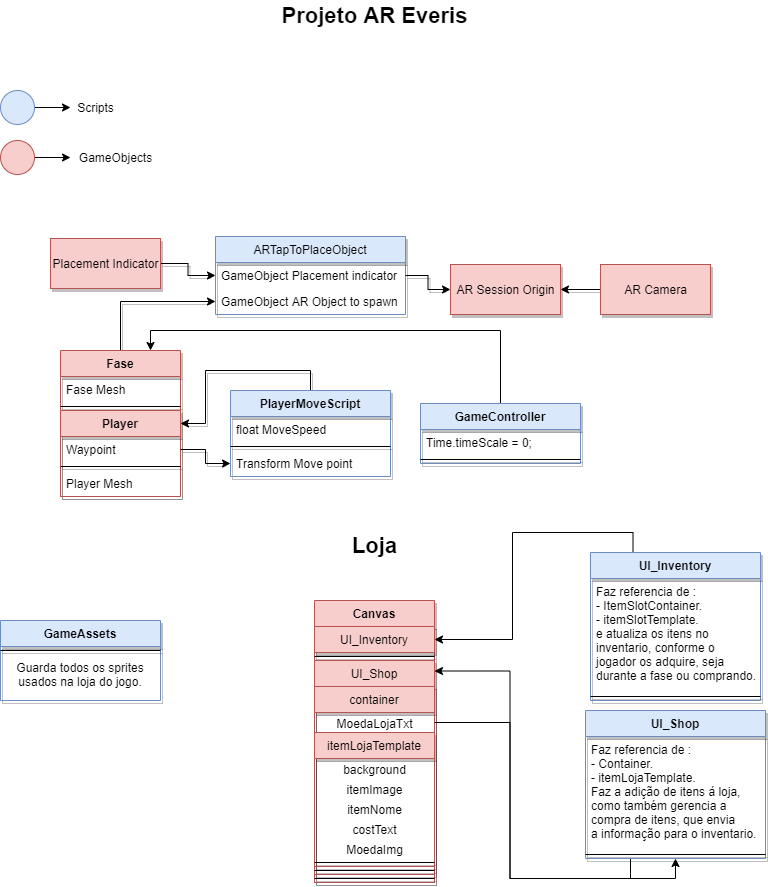
Earlier version of the draw.io export Projeto_AR.drawio.png (machaulay/Fluxograma_ProjetoAR). Source tidied: cells renumbered, new cells last; positions are measured from the earlier drawing's top-left corner, leaving out a move shared by most shapes.
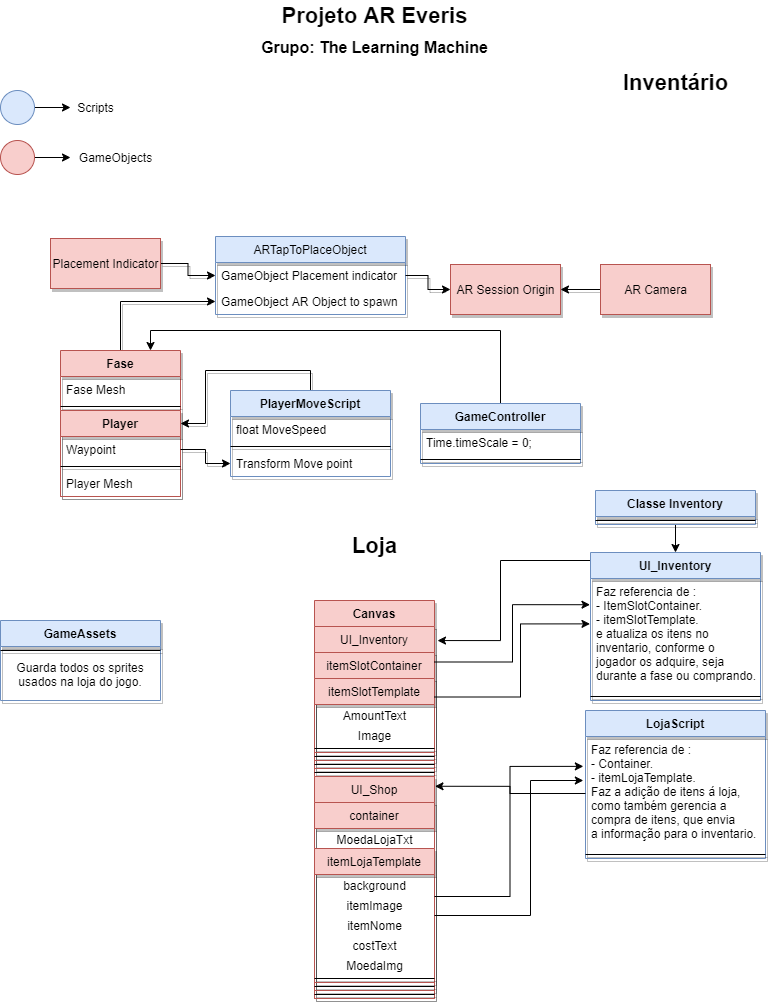
Above is the later version.

What changed in the source:
```diff
@@ -116,8 +116,13 @@
     <mxCell id="39" value="Projeto AR Everis" style="text;html=1;align=center;verticalAlign=middle;fillColor=none;strokeColor=none;rounded=0;fontStyle=1;fontSize=22;" parent="1" vertex="1">
       <mxGeometry x="274" width="200" height="30" as="geometry" />
     </mxCell>
-    <mxCell id="40" style="edgeStyle=orthogonalEdgeStyle;rounded=0;jettySize=auto;html=1;entryX=1;entryY=0.5;entryDx=0;entryDy=0;fontSize=15;exitX=0.25;exitY=0;exitDx=0;exitDy=0;" parent="1" edge="1" source="41" target="45">
-      <mxGeometry relative="1" as="geometry" />
+    <mxCell id="40" style="edgeStyle=orthogonalEdgeStyle;rounded=0;jettySize=auto;html=1;entryX=1.025;entryY=0.099;entryDx=0;entryDy=0;entryPerimeter=0;fontSize=16;" parent="1" edge="1" source="41" target="45">
+      <mxGeometry relative="1" as="geometry">
+        <Array as="points">
+          <mxPoint x="500" y="560" />
+          <mxPoint x="500" y="640" />
+        </Array>
+      </mxGeometry>
     </mxCell>
     <mxCell id="41" value="UI_Inventory" style="swimlane;fontStyle=1;align=center;verticalAlign=top;horizontal=1;startSize=26;shadow=1;fillColor=#dae8fc;strokeColor=#6c8ebf;" parent="1" vertex="1">
       <mxGeometry x="590" y="552" width="170" height="148" as="geometry" />
@@ -129,16 +134,37 @@
       <mxGeometry y="140" width="170" height="8" as="geometry" />
     </mxCell>
     <mxCell id="44" value="Canvas" style="swimlane;fontStyle=1;align=center;verticalAlign=top;horizontal=1;startSize=26;shadow=1;fillColor=#f8cecc;strokeColor=#b85450;" parent="1" vertex="1">
-      <mxGeometry x="314" y="600" width="120" height="282" as="geometry" />
+      <mxGeometry x="314" y="600" width="120" height="398" as="geometry" />
     </mxCell>
-    <mxCell id="45" value="UI_Inventory" style="swimlane;fontStyle=0;align=center;verticalAlign=top;horizontal=1;startSize=26;shadow=1;fillColor=#f8cecc;strokeColor=#b85450;" parent="44" vertex="1" collapsed="1">
-      <mxGeometry y="26" width="120" height="26" as="geometry" />
+    <mxCell id="45" value="UI_Inventory" style="swimlane;fontStyle=0;align=center;verticalAlign=top;horizontal=1;startSize=26;shadow=1;fillColor=#f8cecc;strokeColor=#b85450;" parent="44" vertex="1">
+      <mxGeometry y="26" width="120" height="142" as="geometry" />
     </mxCell>
+    <mxCell id="64" value="itemSlotContainer" style="swimlane;fontStyle=0;align=center;verticalAlign=top;horizontal=1;startSize=26;shadow=1;fillColor=#f8cecc;strokeColor=#b85450;" parent="45" vertex="1">
+      <mxGeometry y="26" width="120" height="108" as="geometry" />
+    </mxCell>
+    <mxCell id="65" value="itemSlotTemplate" style="swimlane;fontStyle=0;align=center;verticalAlign=top;horizontal=1;startSize=26;shadow=1;fillColor=#f8cecc;strokeColor=#b85450;" parent="64" vertex="1">
+      <mxGeometry y="26" width="120" height="74" as="geometry" />
+    </mxCell>
+    <mxCell id="66" value="&lt;font style=&quot;font-size: 12px&quot;&gt;AmountText&lt;/font&gt;" style="text;html=1;align=center;verticalAlign=middle;fillColor=none;strokeColor=none;rounded=0;fontSize=15;" parent="65" vertex="1">
+      <mxGeometry y="26" width="120" height="20" as="geometry" />
+    </mxCell>
+    <mxCell id="67" value="&lt;font style=&quot;font-size: 12px&quot;&gt;Image&lt;/font&gt;" style="text;html=1;align=center;verticalAlign=middle;fillColor=none;strokeColor=none;rounded=0;fontSize=15;" parent="65" vertex="1">
+      <mxGeometry y="46" width="120" height="20" as="geometry" />
+    </mxCell>
+    <mxCell id="68" style="line;strokeWidth=1;fillColor=none;align=left;verticalAlign=middle;spacingTop=-1;spacingLeft=3;spacingRight=3;labelPosition=right;shadow=1;" parent="65" vertex="1">
+      <mxGeometry y="66" width="120" height="8" as="geometry" />
+    </mxCell>
+    <mxCell id="69" style="line;strokeWidth=1;fillColor=none;align=left;verticalAlign=middle;spacingTop=-1;spacingLeft=3;spacingRight=3;labelPosition=right;shadow=1;" parent="64" vertex="1">
+      <mxGeometry y="100" width="120" height="8" as="geometry" />
+    </mxCell>
+    <mxCell id="70" style="line;strokeWidth=1;fillColor=none;align=left;verticalAlign=middle;spacingTop=-1;spacingLeft=3;spacingRight=3;labelPosition=right;shadow=1;" parent="45" vertex="1">
+      <mxGeometry y="134" width="120" height="8" as="geometry" />
+    </mxCell>
     <mxCell id="46" style="line;strokeWidth=1;fillColor=none;align=left;verticalAlign=middle;spacingTop=-1;spacingLeft=3;spacingRight=3;labelPosition=right;shadow=1;" parent="44" vertex="1">
-      <mxGeometry y="52" width="120" height="8" as="geometry" />
+      <mxGeometry y="168" width="120" height="8" as="geometry" />
     </mxCell>
     <mxCell id="47" value="UI_Shop" style="swimlane;fontStyle=0;align=center;verticalAlign=top;horizontal=1;startSize=26;shadow=1;fillColor=#f8cecc;strokeColor=#b85450;" parent="44" vertex="1">
-      <mxGeometry y="60" width="120" height="222" as="geometry" />
+      <mxGeometry y="176" width="120" height="222" as="geometry" />
     </mxCell>
     <mxCell id="48" value="container" style="swimlane;fontStyle=0;align=center;verticalAlign=top;horizontal=1;startSize=26;shadow=1;fillColor=#f8cecc;strokeColor=#b85450;" parent="47" vertex="1">
       <mxGeometry y="26" width="120" height="188" as="geometry" />
@@ -173,10 +199,7 @@
     <mxCell id="58" style="line;strokeWidth=1;fillColor=none;align=left;verticalAlign=middle;spacingTop=-1;spacingLeft=3;spacingRight=3;labelPosition=right;shadow=1;" parent="47" vertex="1">
       <mxGeometry y="214" width="120" height="8" as="geometry" />
     </mxCell>
-    <mxCell id="59" style="edgeStyle=orthogonalEdgeStyle;rounded=0;jettySize=auto;html=1;entryX=1;entryY=0.25;entryDx=0;entryDy=0;fontSize=15;exitX=0.25;exitY=1;exitDx=0;exitDy=0;" parent="1" edge="1" source="60" target="44">
-      <mxGeometry relative="1" as="geometry" />
-    </mxCell>
-    <mxCell id="60" value="UI_Shop" style="swimlane;fontStyle=1;align=center;verticalAlign=top;horizontal=1;startSize=26;shadow=1;fillColor=#dae8fc;strokeColor=#6c8ebf;" parent="1" vertex="1">
+    <mxCell id="60" value="LojaScript" style="swimlane;fontStyle=1;align=center;verticalAlign=top;horizontal=1;startSize=26;shadow=1;fillColor=#dae8fc;strokeColor=#6c8ebf;" parent="1" vertex="1">
       <mxGeometry x="585" y="710" width="180" height="148" as="geometry" />
     </mxCell>
     <mxCell id="61" value="Faz referencia de :&#10;- Container.&#10;- itemLojaTemplate.&#10;Faz a adição de itens á loja,&#10;como também gerencia a &#10;compra de itens, que envia &#10;a informação para o inventario." style="text;strokeColor=none;fillColor=none;align=left;verticalAlign=top;spacingLeft=4;spacingRight=4;overflow=hidden;points=[[0,0.5],[1,0.5]];portConstraint=eastwest;shadow=1;" parent="60" vertex="1">
@@ -185,8 +208,45 @@
     <mxCell id="62" style="line;strokeWidth=1;fillColor=none;align=left;verticalAlign=middle;spacingTop=-1;spacingLeft=3;spacingRight=3;labelPosition=right;shadow=1;" parent="60" vertex="1">
       <mxGeometry y="140" width="180" height="8" as="geometry" />
     </mxCell>
-    <mxCell id="63" style="edgeStyle=orthogonalEdgeStyle;rounded=0;jettySize=auto;html=1;entryX=0.5;entryY=1;entryDx=0;entryDy=0;fontSize=15;" parent="1" edge="1" source="49" target="60">
-      <mxGeometry relative="1" as="geometry" />
-    </mxCell>
+    <mxCell id="71" value="Inventário" style="text;html=1;align=center;verticalAlign=middle;fillColor=none;strokeColor=none;rounded=0;fontStyle=1;fontSize=22;" parent="1" vertex="1">
+      <mxGeometry x="615" y="67" width="120" height="30" as="geometry" />
+    </mxCell>
+    <mxCell id="72" value="&lt;font style=&quot;font-size: 16px&quot;&gt;Grupo: The Learning Machine&lt;/font&gt;" style="text;html=1;align=center;verticalAlign=middle;fillColor=none;strokeColor=none;rounded=0;fontStyle=1;fontSize=22;" parent="1" vertex="1">
+      <mxGeometry x="254" y="30" width="240" height="30" as="geometry" />
+    </mxCell>
+    <mxCell id="73" style="edgeStyle=orthogonalEdgeStyle;rounded=0;jettySize=auto;html=1;entryX=1.004;entryY=0.044;entryDx=0;entryDy=0;entryPerimeter=0;fontSize=16;" parent="1" edge="1" source="61" target="47">
+      <mxGeometry relative="1" as="geometry" />
+    </mxCell>
+    <mxCell id="74" style="edgeStyle=orthogonalEdgeStyle;rounded=0;jettySize=auto;html=1;entryX=0.5;entryY=0;entryDx=0;entryDy=0;fontSize=16;" parent="1" edge="1" source="75" target="41">
+      <mxGeometry relative="1" as="geometry" />
+    </mxCell>
+    <mxCell id="75" value="Classe Inventory" style="swimlane;fontStyle=1;align=center;verticalAlign=top;horizontal=1;startSize=26;shadow=1;fillColor=#dae8fc;strokeColor=#6c8ebf;" parent="1" vertex="1">
+      <mxGeometry x="595" y="490" width="160" height="34" as="geometry" />
+    </mxCell>
+    <mxCell id="76" style="line;strokeWidth=1;fillColor=none;align=left;verticalAlign=middle;spacingTop=-1;spacingLeft=3;spacingRight=3;labelPosition=right;shadow=1;" parent="75" vertex="1">
+      <mxGeometry y="26" width="160" height="8" as="geometry" />
+    </mxCell>
+    <mxCell id="77" style="edgeStyle=orthogonalEdgeStyle;rounded=0;jettySize=auto;html=1;exitX=1;exitY=0.25;exitDx=0;exitDy=0;entryX=-0.003;entryY=0.23;entryDx=0;entryDy=0;entryPerimeter=0;fontSize=16;" parent="1" edge="1" source="45" target="42">
+      <mxGeometry relative="1" as="geometry" />
+    </mxCell>
+    <mxCell id="78" style="edgeStyle=orthogonalEdgeStyle;rounded=0;jettySize=auto;html=1;exitX=1;exitY=0.25;exitDx=0;exitDy=0;entryX=-0.003;entryY=0.398;entryDx=0;entryDy=0;fontSize=16;entryPerimeter=0;" parent="1" edge="1" source="65" target="42">
+      <mxGeometry relative="1" as="geometry">
+        <Array as="points">
+          <mxPoint x="520" y="697" />
+          <mxPoint x="520" y="623" />
+        </Array>
+      </mxGeometry>
+    </mxCell>
+    <mxCell id="79" style="edgeStyle=orthogonalEdgeStyle;rounded=0;jettySize=auto;html=1;entryX=-0.012;entryY=0.262;entryDx=0;entryDy=0;entryPerimeter=0;fontSize=16;" parent="1" edge="1" source="48" target="61">
+      <mxGeometry relative="1" as="geometry" />
+    </mxCell>
+    <mxCell id="80" style="edgeStyle=orthogonalEdgeStyle;rounded=0;jettySize=auto;html=1;entryX=-0.012;entryY=0.386;entryDx=0;entryDy=0;entryPerimeter=0;fontSize=16;" parent="1" edge="1" source="50" target="61">
+      <mxGeometry relative="1" as="geometry">
+        <Array as="points">
+          <mxPoint x="530" y="915" />
+          <mxPoint x="530" y="780" />
+        </Array>
+      </mxGeometry>
+    </mxCell>
   </root>
 </mxGraphModel>
```
